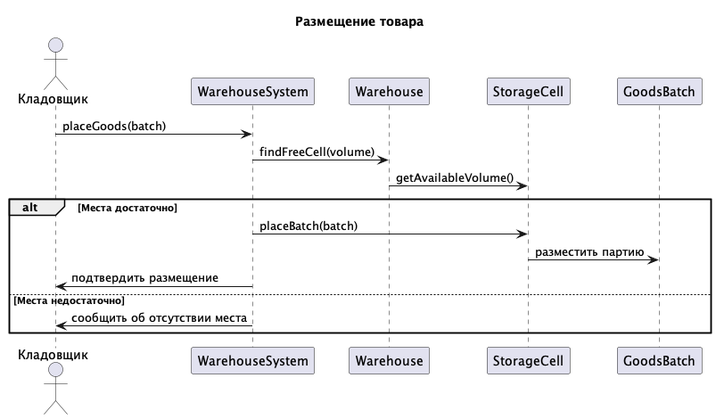
Above: img/Посл2.png in penamarth/bsbo-11-24_team1_var6_storage (PlantUML), before the change. The source it was exported from:
```plantuml
@startuml
title Размещение товара

actor Кладовщик

participant WarehouseSystem
participant Warehouse
participant StorageCell
participant GoodsBatch

Кладовщик -> WarehouseSystem: placeGoods(batch)

WarehouseSystem -> Warehouse: findFreeCell(volume)
Warehouse -> StorageCell: getAvailableVolume()

alt Места достаточно
    WarehouseSystem -> StorageCell: placeBatch(batch)
    StorageCell -> GoodsBatch: разместить партию
    WarehouseSystem -> Кладовщик: подтвердить размещение
else Места недостаточно
    WarehouseSystem -> Кладовщик: сообщить об отсутствии места
end

@enduml
```
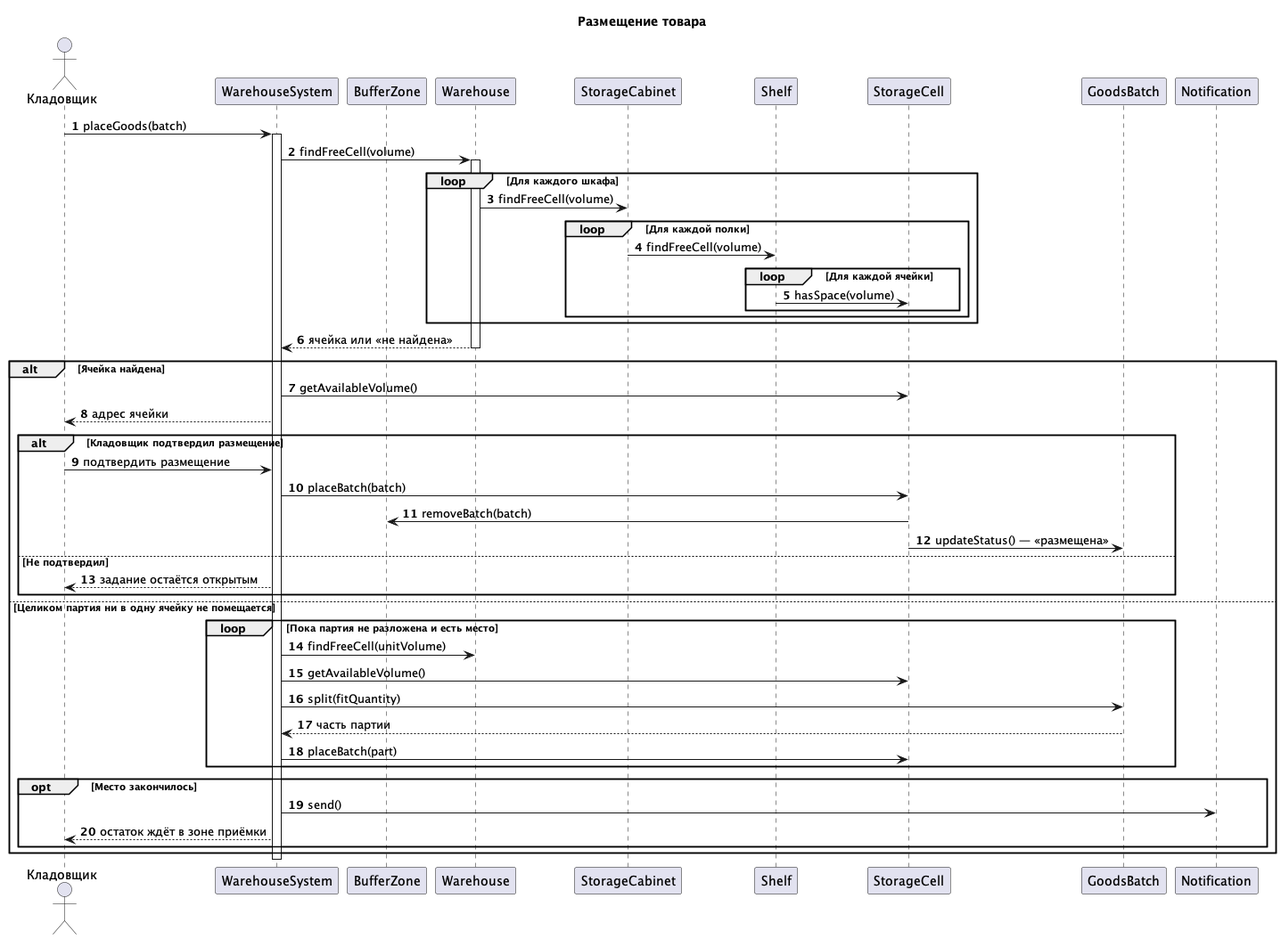
After the commit.

Change to the diagram source:
```diff
@@ -1,24 +1,63 @@
 @startuml
 title Размещение товара
+
+autonumber
 
 actor Кладовщик
 
 participant WarehouseSystem
+participant BufferZone
 participant Warehouse
+participant StorageCabinet
+participant Shelf
 participant StorageCell
 participant GoodsBatch
+participant Notification
 
 Кладовщик -> WarehouseSystem: placeGoods(batch)
+activate WarehouseSystem
 
 WarehouseSystem -> Warehouse: findFreeCell(volume)
-Warehouse -> StorageCell: getAvailableVolume()
+activate Warehouse
+loop Для каждого шкафа
+    Warehouse -> StorageCabinet: findFreeCell(volume)
+    loop Для каждой полки
+        StorageCabinet -> Shelf: findFreeCell(volume)
+        loop Для каждой ячейки
+            Shelf -> StorageCell: hasSpace(volume)
+        end
+    end
+end
+Warehouse --> WarehouseSystem: ячейка или «не найдена»
+deactivate Warehouse
 
-alt Места достаточно
-    WarehouseSystem -> StorageCell: placeBatch(batch)
-    StorageCell -> GoodsBatch: разместить партию
-    WarehouseSystem -> Кладовщик: подтвердить размещение
-else Места недостаточно
-    WarehouseSystem -> Кладовщик: сообщить об отсутствии места
+alt Ячейка найдена
+    WarehouseSystem -> StorageCell: getAvailableVolume()
+    WarehouseSystem --> Кладовщик: адрес ячейки
+
+    alt Кладовщик подтвердил размещение
+        Кладовщик -> WarehouseSystem: подтвердить размещение
+        WarehouseSystem -> StorageCell: placeBatch(batch)
+        StorageCell -> BufferZone: removeBatch(batch)
+        StorageCell -> GoodsBatch: updateStatus() — «размещена»
+    else Не подтвердил
+        WarehouseSystem --> Кладовщик: задание остаётся открытым
+    end
+
+else Целиком партия ни в одну ячейку не помещается
+    loop Пока партия не разложена и есть место
+        WarehouseSystem -> Warehouse: findFreeCell(unitVolume)
+        WarehouseSystem -> StorageCell: getAvailableVolume()
+        WarehouseSystem -> GoodsBatch: split(fitQuantity)
+        GoodsBatch --> WarehouseSystem: часть партии
+        WarehouseSystem -> StorageCell: placeBatch(part)
+    end
+    opt Место закончилось
+        WarehouseSystem -> Notification: send()
+        WarehouseSystem --> Кладовщик: остаток ждёт в зоне приёмки
+    end
 end
 
+deactivate WarehouseSystem
+
 @enduml
```
